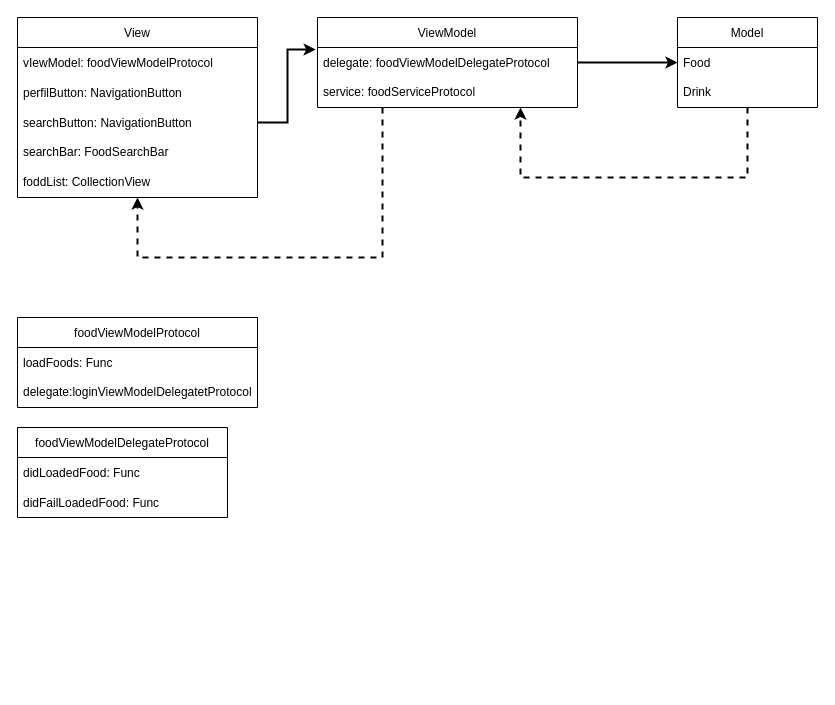
vitor-rc1/recipe-app-ios keeps this draw.io diagram as page "FoodViewController" (3 of 4) of Recipe App - MVVM.drawio. Above is the earlier version. Source tidied: cells renumbered, new cells numbered last; positions are measured from the earlier drawing's top-left corner, leaving out a move shared by most shapes. Both pictures are drawn from the tidied source at 100%, with x=0, y=0 at pixel (17, 17).
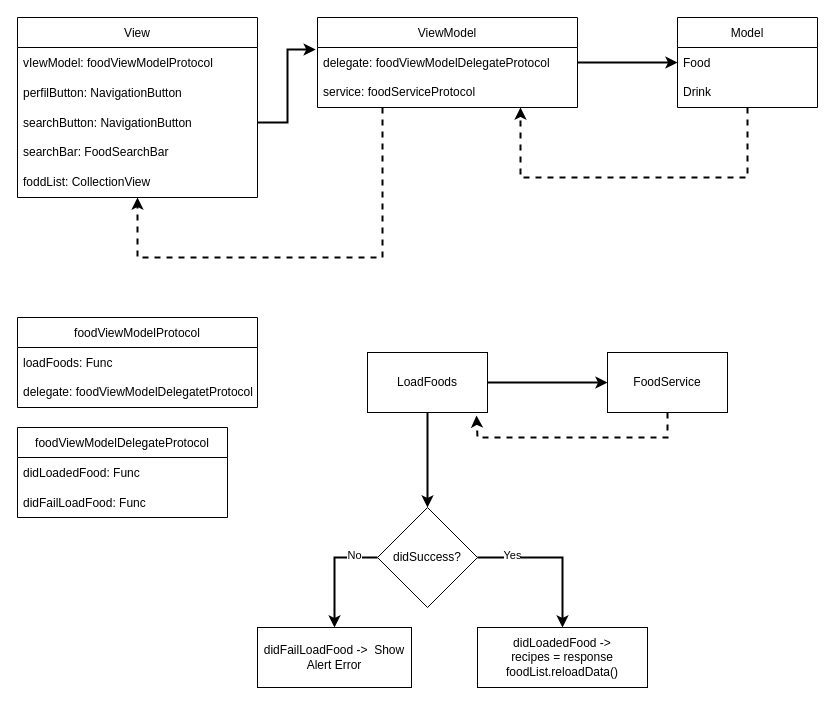
Above is the later version.

Unchanged cells that the change refers to:
```xml
<mxCell id="18" value="foodViewModelProtocol" style="swimlane;fontStyle=0;horizontal=1;startSize=30;html=0;" parent="1" vertex="1">
  <mxGeometry y="300" width="240" height="90" as="geometry" />
</mxCell>
<mxCell id="21" value="foodViewModelDelegateProtocol" style="swimlane;fontStyle=0;horizontal=1;startSize=30;html=0;" parent="1" vertex="1">
  <mxGeometry y="410" width="210" height="90" as="geometry" />
</mxCell>
```

What changed in the source:
```diff
@@
-    <mxCell id="20" value="&lt;span&gt;delegate:loginViewModelDelegatetProtocol&lt;/span&gt;" style="text;html=1;strokeColor=none;fillColor=none;align=left;verticalAlign=middle;whiteSpace=wrap;rounded=0;spacingLeft=4;" parent="18" vertex="1">
+    <mxCell id="20" value="&lt;span&gt;delegate: foodViewModelDelegatetProtocol&lt;/span&gt;" style="text;html=1;strokeColor=none;fillColor=none;align=left;verticalAlign=middle;whiteSpace=wrap;rounded=0;spacingLeft=4;" parent="18" vertex="1">
       <mxGeometry y="60" width="240" height="30" as="geometry" />
     </mxCell>
@@
-    <mxCell id="23" value="didFailLoadedFood: Func" style="text;strokeColor=none;fillColor=none;align=left;verticalAlign=middle;spacingLeft=4;spacingRight=4;overflow=hidden;html=0;" parent="21" vertex="1">
+    <mxCell id="23" value="didFailLoadFood: Func" style="text;strokeColor=none;fillColor=none;align=left;verticalAlign=middle;spacingLeft=4;spacingRight=4;overflow=hidden;html=0;" parent="21" vertex="1">
       <mxGeometry y="60" width="210" height="30" as="geometry" />
     </mxCell>
+    <mxCell id="24" style="edgeStyle=orthogonalEdgeStyle;rounded=0;jettySize=auto;html=1;entryX=0.5;entryY=0;entryDx=0;entryDy=0;strokeWidth=2;exitX=0.5;exitY=1;exitDx=0;exitDy=0;" parent="1" edge="1" source="35" target="30">
+      <mxGeometry relative="1" as="geometry" />
+    </mxCell>
+    <mxCell id="25" value="&lt;span style=&quot;text-align: left&quot;&gt;didLoadedFood&lt;/span&gt;&amp;nbsp;-&amp;gt; &lt;br&gt;recipes = response&lt;br&gt;foodList.reloadData()" style="rounded=0;whiteSpace=wrap;html=1;" parent="1" vertex="1">
+      <mxGeometry x="460" y="610" width="170" height="60" as="geometry" />
+    </mxCell>
+    <mxCell id="26" style="edgeStyle=orthogonalEdgeStyle;rounded=0;jettySize=auto;html=1;entryX=0.5;entryY=0;entryDx=0;entryDy=0;strokeWidth=2;exitX=1;exitY=0.5;exitDx=0;exitDy=0;" parent="1" edge="1" source="30" target="25">
+      <mxGeometry relative="1" as="geometry" />
+    </mxCell>
+    <mxCell id="27" value="Yes" style="edgeLabel;html=1;align=center;verticalAlign=middle;" parent="26" vertex="1">
+      <mxGeometry x="-0.56" y="3" relative="1" as="geometry" />
+    </mxCell>
+    <mxCell id="28" style="edgeStyle=orthogonalEdgeStyle;rounded=0;jettySize=auto;html=1;entryX=0.5;entryY=0;entryDx=0;entryDy=0;strokeWidth=2;exitX=0;exitY=0.5;exitDx=0;exitDy=0;" parent="1" edge="1" source="30" target="31">
+      <mxGeometry relative="1" as="geometry" />
+    </mxCell>
+    <mxCell id="29" value="No" style="edgeLabel;html=1;align=center;verticalAlign=middle;" parent="28" vertex="1">
+      <mxGeometry x="-0.57" y="-3" relative="1" as="geometry" />
+    </mxCell>
+    <mxCell id="30" value="didSuccess?" style="rhombus;whiteSpace=wrap;html=1;" parent="1" vertex="1">
+      <mxGeometry x="360" y="490" width="100" height="100" as="geometry" />
+    </mxCell>
+    <mxCell id="31" value="&lt;span style=&quot;text-align: left&quot;&gt;didFailLoadFood&lt;/span&gt;&amp;nbsp;-&amp;gt;&amp;nbsp; Show Alert Error" style="rounded=0;whiteSpace=wrap;html=1;" parent="1" vertex="1">
+      <mxGeometry x="240" y="610" width="154" height="60" as="geometry" />
+    </mxCell>
+    <mxCell id="32" style="edgeStyle=orthogonalEdgeStyle;rounded=0;jettySize=auto;html=1;entryX=0.908;entryY=1.05;entryDx=0;entryDy=0;strokeWidth=2;dashed=1;entryPerimeter=0;" parent="1" edge="1" source="33" target="35">
+      <mxGeometry relative="1" as="geometry">
+        <Array as="points">
+          <mxPoint x="650" y="420" />
+          <mxPoint x="460" y="420" />
+        </Array>
+      </mxGeometry>
+    </mxCell>
+    <mxCell id="33" value="FoodService" style="rounded=0;whiteSpace=wrap;html=1;" parent="1" vertex="1">
+      <mxGeometry x="590" y="335" width="120" height="60" as="geometry" />
+    </mxCell>
+    <mxCell id="34" style="edgeStyle=orthogonalEdgeStyle;rounded=0;jettySize=auto;html=1;entryX=0;entryY=0.5;entryDx=0;entryDy=0;strokeWidth=2;exitX=1;exitY=0.5;exitDx=0;exitDy=0;" parent="1" edge="1" source="35" target="33">
+      <mxGeometry relative="1" as="geometry" />
+    </mxCell>
+    <mxCell id="35" value="LoadFoods" style="rounded=0;whiteSpace=wrap;html=1;" parent="1" vertex="1">
+      <mxGeometry x="350" y="335" width="120" height="60" as="geometry" />
+    </mxCell>
```
